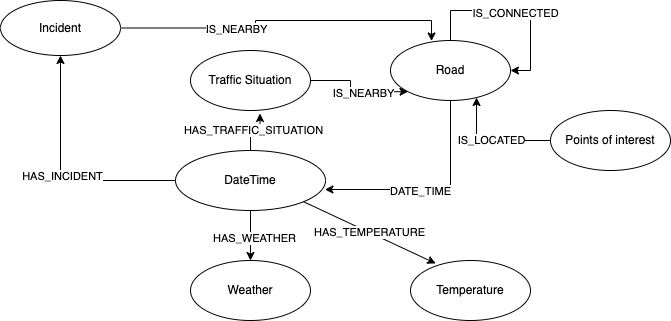
Above: documents/ontology_graphic/ontology.png in yikaiyang/SS22-Knowledge-Graph (draw.io), before the change. Source tidied: cells renumbered, new cells last; positions are measured from the earlier drawing's top-left corner, leaving out a move shared by most shapes.
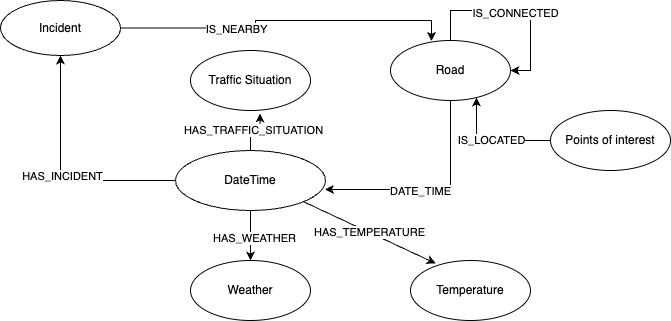
After the commit.

The edit, as a diff of the source:
```diff
@@ -41,12 +41,6 @@
     <mxCell id="12" value="DateTime" style="ellipse;whiteSpace=wrap;html=1;" parent="1" vertex="1">
       <mxGeometry x="175" y="150" width="150" height="60" as="geometry" />
     </mxCell>
-    <mxCell id="13" style="edgeStyle=orthogonalEdgeStyle;rounded=0;jettySize=auto;html=1;entryX=0;entryY=1;entryDx=0;entryDy=0;" parent="1" edge="1" source="15" target="4">
-      <mxGeometry relative="1" as="geometry" />
-    </mxCell>
-    <mxCell id="14" value="IS_NEARBY" style="edgeLabel;html=1;align=center;verticalAlign=middle;" parent="13" vertex="1">
-      <mxGeometry x="0.18" y="-1" relative="1" as="geometry" />
-    </mxCell>
     <mxCell id="15" value="Traffic Situation" style="ellipse;whiteSpace=wrap;html=1;" parent="1" vertex="1">
       <mxGeometry x="190" y="50" width="120" height="60" as="geometry" />
     </mxCell>
```
